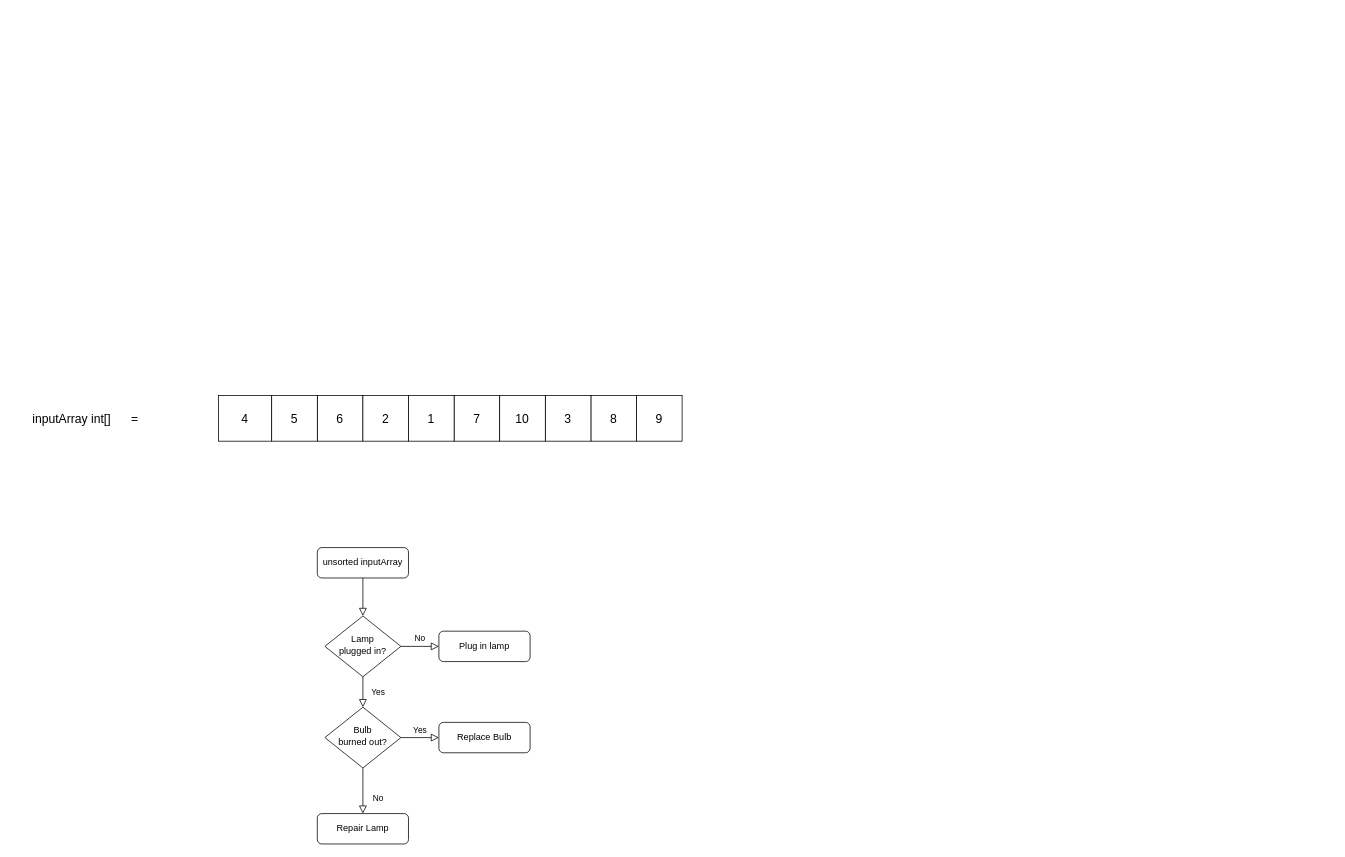
Above: src/main/java/dsa/SelectionSort.drawio.xml in abhi20aug/java101 (draw.io), before the change. Source tidied: cells renumbered, new cells numbered last; positions are measured from the earlier drawing's top-left corner, leaving out a move shared by most shapes. Both pictures are drawn from the tidied source at 76%, with x=0, y=0 at pixel (13, 395).
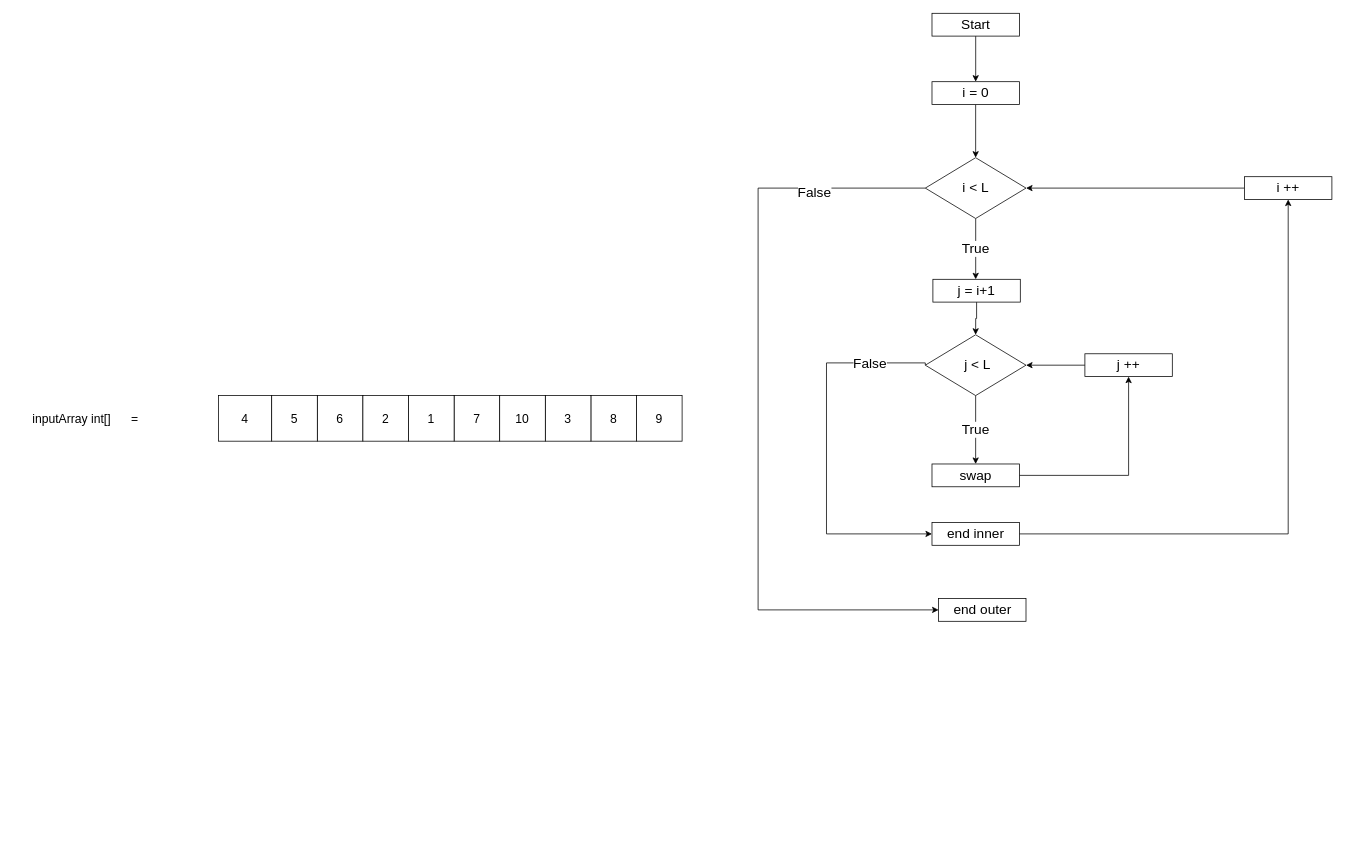
After the change.

What changed in the source:
```diff
@@
-    <mxCell id="2" style="rounded=0;html=1;jettySize=auto;fontSize=11;endArrow=block;endFill=0;endSize=8;strokeWidth=1;shadow=0;labelBackgroundColor=none;edgeStyle=orthogonalEdgeStyle;" parent="1" edge="1" source="3" target="6">
-      <mxGeometry relative="1" as="geometry" />
-    </mxCell>
-    <mxCell id="3" value="unsorted inputArray" style="rounded=1;whiteSpace=wrap;html=1;fontSize=12;glass=0;strokeWidth=1;shadow=0;" parent="1" vertex="1">
-      <mxGeometry x="400" y="200" width="120" height="40" as="geometry" />
-    </mxCell>
-    <mxCell id="4" value="Yes" style="rounded=0;html=1;jettySize=auto;fontSize=11;endArrow=block;endFill=0;endSize=8;strokeWidth=1;shadow=0;labelBackgroundColor=none;edgeStyle=orthogonalEdgeStyle;" parent="1" edge="1" source="6" target="10">
-      <mxGeometry y="20" relative="1" as="geometry" />
-    </mxCell>
-    <mxCell id="5" value="No" style="edgeStyle=orthogonalEdgeStyle;rounded=0;html=1;jettySize=auto;fontSize=11;endArrow=block;endFill=0;endSize=8;strokeWidth=1;shadow=0;labelBackgroundColor=none;" parent="1" edge="1" source="6" target="7">
-      <mxGeometry y="10" relative="1" as="geometry" />
-    </mxCell>
-    <mxCell id="6" value="Lamp&lt;br&gt;plugged in?" style="rhombus;whiteSpace=wrap;html=1;shadow=0;fontFamily=Helvetica;fontSize=12;align=center;strokeWidth=1;spacing=6;spacingTop=-4;" parent="1" vertex="1">
-      <mxGeometry x="410" y="290" width="100" height="80" as="geometry" />
-    </mxCell>
-    <mxCell id="7" value="Plug in lamp" style="rounded=1;whiteSpace=wrap;html=1;fontSize=12;glass=0;strokeWidth=1;shadow=0;" parent="1" vertex="1">
-      <mxGeometry x="560" y="310" width="120" height="40" as="geometry" />
-    </mxCell>
-    <mxCell id="8" value="No" style="rounded=0;html=1;jettySize=auto;fontSize=11;endArrow=block;endFill=0;endSize=8;strokeWidth=1;shadow=0;labelBackgroundColor=none;edgeStyle=orthogonalEdgeStyle;" parent="1" edge="1" source="10" target="11">
-      <mxGeometry x="0.33" y="20" relative="1" as="geometry" />
-    </mxCell>
-    <mxCell id="9" value="Yes" style="edgeStyle=orthogonalEdgeStyle;rounded=0;html=1;jettySize=auto;fontSize=11;endArrow=block;endFill=0;endSize=8;strokeWidth=1;shadow=0;labelBackgroundColor=none;" parent="1" edge="1" source="10" target="12">
-      <mxGeometry y="10" relative="1" as="geometry" />
-    </mxCell>
-    <mxCell id="10" value="Bulb&lt;br&gt;burned out?" style="rhombus;whiteSpace=wrap;html=1;shadow=0;fontFamily=Helvetica;fontSize=12;align=center;strokeWidth=1;spacing=6;spacingTop=-4;" parent="1" vertex="1">
-      <mxGeometry x="410" y="410" width="100" height="80" as="geometry" />
-    </mxCell>
-    <mxCell id="11" value="Repair Lamp" style="rounded=1;whiteSpace=wrap;html=1;fontSize=12;glass=0;strokeWidth=1;shadow=0;" parent="1" vertex="1">
-      <mxGeometry x="400" y="550" width="120" height="40" as="geometry" />
-    </mxCell>
-    <mxCell id="12" value="Replace Bulb" style="rounded=1;whiteSpace=wrap;html=1;fontSize=12;glass=0;strokeWidth=1;shadow=0;" parent="1" vertex="1">
-      <mxGeometry x="560" y="430" width="120" height="40" as="geometry" />
-    </mxCell>
@@
+    <mxCell id="24" style="edgeStyle=orthogonalEdgeStyle;rounded=0;jettySize=auto;html=1;entryX=0.5;entryY=0;entryDx=0;entryDy=0;fontSize=18;" parent="1" edge="1" source="25" target="30">
+      <mxGeometry relative="1" as="geometry" />
+    </mxCell>
+    <mxCell id="25" value="i = 0" style="rounded=0;whiteSpace=wrap;html=1;fontSize=18;" parent="1" vertex="1">
+      <mxGeometry x="1208.8" y="-413" width="115" height="30" as="geometry" />
+    </mxCell>
+    <mxCell id="26" value="end outer" style="rounded=0;whiteSpace=wrap;html=1;fontSize=18;" parent="1" vertex="1">
+      <mxGeometry x="1217.5" y="267" width="115" height="30" as="geometry" />
+    </mxCell>
+    <mxCell id="27" style="edgeStyle=orthogonalEdgeStyle;rounded=0;jettySize=auto;html=1;entryX=0;entryY=0.5;entryDx=0;entryDy=0;exitX=0;exitY=0.5;exitDx=0;exitDy=0;fontSize=18;" parent="1" edge="1" source="30" target="26">
+      <mxGeometry relative="1" as="geometry">
+        <Array as="points">
+          <mxPoint x="980" y="-273" />
+          <mxPoint x="980" y="282" />
+        </Array>
+      </mxGeometry>
+    </mxCell>
+    <mxCell id="28" value="False" style="edgeLabel;html=1;align=center;verticalAlign=middle;fontSize=18;" parent="27" vertex="1">
+      <mxGeometry x="-0.71" y="5" relative="1" as="geometry" />
+    </mxCell>
+    <mxCell id="29" value="True" style="edgeStyle=orthogonalEdgeStyle;rounded=0;jettySize=auto;html=1;fontSize=18;" parent="1" edge="1" source="30">
+      <mxGeometry relative="1" as="geometry">
+        <mxPoint x="1266.3" y="-153" as="targetPoint" />
+      </mxGeometry>
+    </mxCell>
+    <mxCell id="30" value="i &amp;lt; L" style="rhombus;whiteSpace=wrap;html=1;fontSize=18;" parent="1" vertex="1">
+      <mxGeometry x="1200" y="-313" width="132.5" height="80" as="geometry" />
+    </mxCell>
+    <mxCell id="31" style="edgeStyle=orthogonalEdgeStyle;rounded=0;jettySize=auto;html=1;entryX=1;entryY=0.5;entryDx=0;entryDy=0;fontSize=18;" parent="1" edge="1" source="32" target="30">
+      <mxGeometry relative="1" as="geometry" />
+    </mxCell>
+    <mxCell id="32" value="i ++" style="rounded=0;whiteSpace=wrap;html=1;fontSize=18;" parent="1" vertex="1">
+      <mxGeometry x="1620" y="-288" width="115" height="30" as="geometry" />
+    </mxCell>
+    <mxCell id="33" style="edgeStyle=orthogonalEdgeStyle;rounded=0;jettySize=auto;html=1;entryX=0.5;entryY=0;entryDx=0;entryDy=0;fontSize=18;" parent="1" edge="1" source="34" target="25">
+      <mxGeometry relative="1" as="geometry" />
+    </mxCell>
+    <mxCell id="34" value="Start" style="rounded=0;whiteSpace=wrap;html=1;fontSize=18;" parent="1" vertex="1">
+      <mxGeometry x="1208.8" y="-503" width="115" height="30" as="geometry" />
+    </mxCell>
+    <mxCell id="35" value="True" style="edgeStyle=orthogonalEdgeStyle;rounded=0;jettySize=auto;html=1;fontSize=18;" parent="1" edge="1" source="38" target="40">
+      <mxGeometry relative="1" as="geometry">
+        <Array as="points">
+          <mxPoint x="1266" y="100" />
+          <mxPoint x="1266" y="100" />
+        </Array>
+      </mxGeometry>
+    </mxCell>
+    <mxCell id="36" style="edgeStyle=orthogonalEdgeStyle;rounded=0;jettySize=auto;html=1;entryX=0;entryY=0.5;entryDx=0;entryDy=0;fontSize=18;exitX=0;exitY=0.5;exitDx=0;exitDy=0;" parent="1" edge="1" source="38" target="42">
+      <mxGeometry relative="1" as="geometry">
+        <Array as="points">
+          <mxPoint x="1200" y="-43" />
+          <mxPoint x="1070" y="-43" />
+          <mxPoint x="1070" y="182" />
+        </Array>
+      </mxGeometry>
+    </mxCell>
+    <mxCell id="37" value="False" style="edgeLabel;html=1;align=center;verticalAlign=middle;fontSize=18;" parent="36" vertex="1">
+      <mxGeometry x="-0.69" relative="1" as="geometry" />
+    </mxCell>
+    <mxCell id="38" value="&amp;nbsp;j &amp;lt; L" style="rhombus;whiteSpace=wrap;html=1;fontSize=18;" parent="1" vertex="1">
+      <mxGeometry x="1200" y="-80" width="132.5" height="80" as="geometry" />
+    </mxCell>
+    <mxCell id="39" style="edgeStyle=orthogonalEdgeStyle;rounded=0;jettySize=auto;html=1;fontSize=18;" parent="1" edge="1" source="40" target="44">
+      <mxGeometry relative="1" as="geometry" />
+    </mxCell>
+    <mxCell id="40" value="swap" style="rounded=0;whiteSpace=wrap;html=1;fontSize=18;" parent="1" vertex="1">
+      <mxGeometry x="1208.8" y="90" width="115" height="30" as="geometry" />
+    </mxCell>
+    <mxCell id="41" style="edgeStyle=orthogonalEdgeStyle;rounded=0;jettySize=auto;html=1;entryX=0.5;entryY=1;entryDx=0;entryDy=0;fontSize=18;" parent="1" edge="1" source="42" target="32">
+      <mxGeometry relative="1" as="geometry" />
+    </mxCell>
+    <mxCell id="42" value="end inner" style="rounded=0;whiteSpace=wrap;html=1;fontSize=18;" parent="1" vertex="1">
+      <mxGeometry x="1208.8" y="167" width="115" height="30" as="geometry" />
+    </mxCell>
+    <mxCell id="43" style="edgeStyle=orthogonalEdgeStyle;rounded=0;jettySize=auto;html=1;entryX=1;entryY=0.5;entryDx=0;entryDy=0;fontSize=18;" parent="1" edge="1" source="44" target="38">
+      <mxGeometry relative="1" as="geometry" />
+    </mxCell>
+    <mxCell id="44" value="j ++" style="rounded=0;whiteSpace=wrap;html=1;fontSize=18;" parent="1" vertex="1">
+      <mxGeometry x="1410" y="-55" width="115" height="30" as="geometry" />
+    </mxCell>
+    <mxCell id="45" style="edgeStyle=orthogonalEdgeStyle;rounded=0;jettySize=auto;html=1;entryX=0.5;entryY=0;entryDx=0;entryDy=0;fontSize=16;" parent="1" edge="1" source="46" target="38">
+      <mxGeometry relative="1" as="geometry" />
+    </mxCell>
+    <mxCell id="46" value="j = i+1" style="rounded=0;whiteSpace=wrap;html=1;fontSize=18;" parent="1" vertex="1">
+      <mxGeometry x="1210" y="-153" width="115" height="30" as="geometry" />
+    </mxCell>
```
